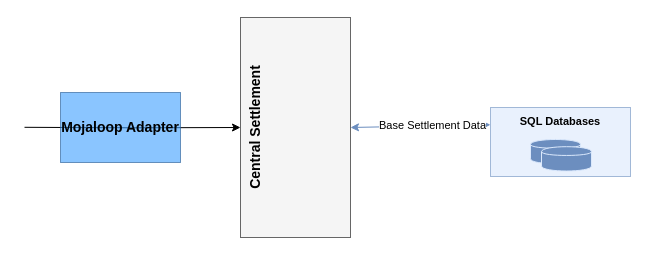
Earlier version of the draw.io diagram solution_design/central-settlement-diagram-as-is.drawio (coilhq/mucoa). Source tidied: cells renumbered, new cells numbered last; positions are measured from the earlier drawing's top-left corner, leaving out a move shared by most shapes. Both pictures are drawn from the tidied source at 100%, with x=0, y=0 at pixel (24, 17).
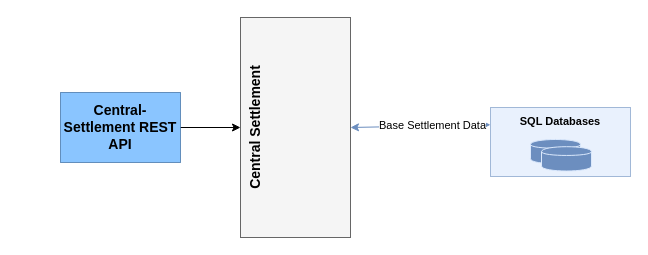
The same page after the edit.

Change to the diagram source:
```diff
@@
 <mxGraphModel>
   <root>
     <mxCell id="0" />
     <mxCell id="1" parent="0" />
     <mxCell id="2" style="rounded=0;whiteSpace=wrap;html=1;fillColor=#dae8fc;strokeColor=#6C8EBF;opacity=60;" parent="1" vertex="1">
       <mxGeometry x="466" y="90" width="140" height="69" as="geometry" />
     </mxCell>
     <mxCell id="3" style="edgeStyle=orthogonalEdgeStyle;rounded=0;orthogonalLoop=1;jettySize=auto;html=1;exitX=0.5;exitY=1;exitDx=0;exitDy=0;" parent="1" edge="1">
       <mxGeometry relative="1" as="geometry">
         <mxPoint x="385" y="178" as="sourcePoint" />
         <mxPoint x="385" y="178" as="targetPoint" />
       </mxGeometry>
     </mxCell>
     <mxCell id="4" value="SQL Databases" style="text;html=1;strokeColor=none;fillColor=none;align=center;verticalAlign=middle;whiteSpace=wrap;rounded=0;opacity=60;fontSize=11;fontStyle=1;labelBackgroundColor=none;" parent="1" vertex="1">
       <mxGeometry x="466" y="94" width="140" height="20" as="geometry" />
     </mxCell>
-    <mxCell id="5" style="edgeStyle=orthogonalEdgeStyle;rounded=0;jettySize=auto;html=1;exitX=1;exitY=0.5;exitDx=0;exitDy=0;fontSize=10;fontColor=#000000;startArrow=none;startFill=0;endArrow=classic;endFill=1;strokeColor=#000000;fillColor=#dae8fc;entryX=0;entryY=0.5;entryDx=0;entryDy=0;" parent="1" edge="1" target="7">
-      <mxGeometry relative="1" as="geometry">
-        <mxPoint y="109.8" as="sourcePoint" />
-      </mxGeometry>
+    <mxCell id="5" style="edgeStyle=orthogonalEdgeStyle;rounded=0;jettySize=auto;html=1;exitX=1;exitY=0.5;exitDx=0;exitDy=0;fontSize=10;fontColor=#000000;startArrow=none;startFill=0;endArrow=classic;endFill=1;strokeColor=#000000;fillColor=#dae8fc;entryX=0;entryY=0.5;entryDx=0;entryDy=0;" parent="1" edge="1" source="6" target="7">
+      <mxGeometry relative="1" as="geometry" />
     </mxCell>
-    <mxCell id="6" value="Mojaloop Adapter" style="rounded=0;whiteSpace=wrap;html=1;fontSize=14;opacity=60;fontStyle=1;fillColor=#3D9EFF;strokeColor=#22588F;" parent="1" vertex="1">
+    <mxCell id="6" value="Central-Settlement REST API" style="rounded=0;whiteSpace=wrap;html=1;fontSize=14;opacity=60;fontStyle=1;fillColor=#3D9EFF;strokeColor=#22588F;" parent="1" vertex="1">
       <mxGeometry x="36" y="75" width="120" height="70" as="geometry" />
     </mxCell>
     <mxCell id="7" value="&lt;font color=&quot;#000000&quot; style=&quot;font-size: 14px&quot;&gt;&lt;span style=&quot;font-size: 14px&quot;&gt;Central Settlement&lt;/span&gt;&lt;br style=&quot;font-size: 14px&quot;&gt;&lt;/font&gt;" style="rounded=0;whiteSpace=wrap;html=1;fillColor=#f5f5f5;strokeColor=#666666;fontStyle=1;verticalAlign=top;horizontal=0;fontSize=14;fontColor=#333333;" parent="1" vertex="1">
       <mxGeometry x="216" width="110" height="220" as="geometry" />
     </mxCell>
     <mxCell id="8" value="Base Settlement Data" style="endArrow=classic;html=1;rounded=0;fontSize=11;endFill=1;startArrow=classic;startFill=1;strokeColor=#6C8EBF;entryX=0;entryY=0.25;entryDx=0;entryDy=0;exitX=1;exitY=0.5;exitDx=0;exitDy=0;" parent="1" edge="1" source="7" target="2">
       <mxGeometry x="0.17" relative="1" as="geometry" />
     </mxCell>
     <mxCell id="9" style="group;" parent="1" vertex="1">
       <mxGeometry x="506" y="122" width="60" height="31.5" as="geometry" />
     </mxCell>
     <mxCell id="10" value="&lt;font color=&quot;#000000&quot;&gt;&lt;br&gt;&lt;/font&gt;" style="shape=cylinder;whiteSpace=wrap;html=1;boundedLbl=1;backgroundOutline=1;fillColor=#6C8EBF;strokeColor=#DAE8FC;gradientColor=none;" parent="9" vertex="1">
       <mxGeometry width="50" height="24.3" as="geometry" />
     </mxCell>
     <mxCell id="11" value="&lt;font color=&quot;#000000&quot;&gt;&lt;br&gt;&lt;/font&gt;" style="shape=cylinder;whiteSpace=wrap;html=1;boundedLbl=1;backgroundOutline=1;fillColor=#6C8EBF;strokeColor=#DAE8FC;gradientColor=none;" parent="9" vertex="1">
       <mxGeometry x="11" y="7.2" width="50" height="24.3" as="geometry" />
     </mxCell>
   </root>
 </mxGraphModel>
```
